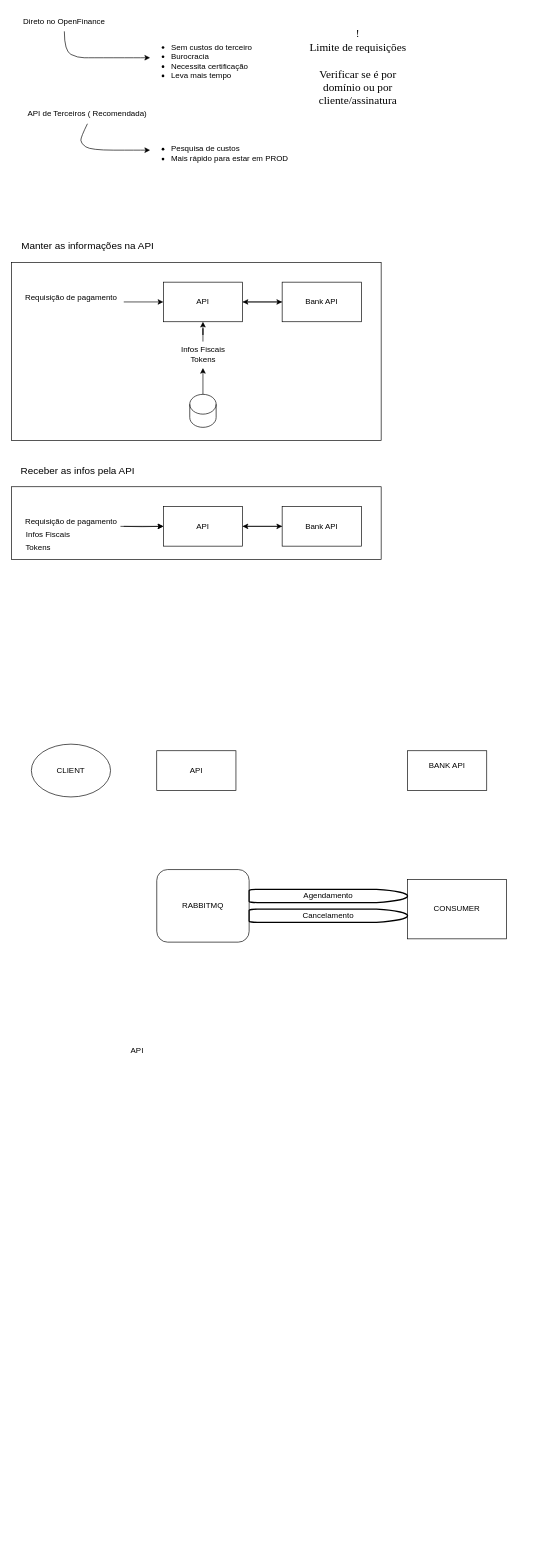
Earlier version of the draw.io diagram src/api-pagamento.drawio (z3renato/teste-impacto). Source tidied: cells renumbered, new cells numbered last; positions are measured from the earlier drawing's top-left corner, leaving out a move shared by most shapes. Both pictures are drawn from the tidied source at 66%, with x=0, y=0 at pixel (11, 11).
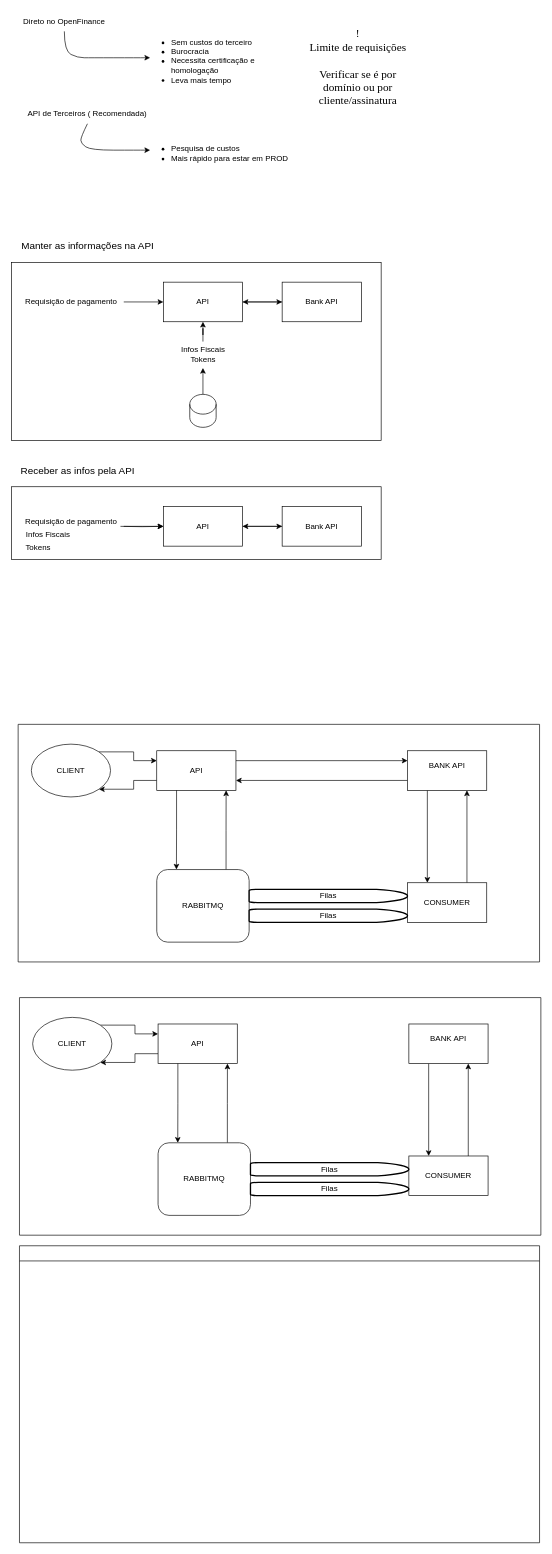
The same page after the edit.

Unchanged cells that the change refers to:
```xml
<mxCell id="33" value="RABBITMQ" style="rounded=1;whiteSpace=wrap;html=1;" parent="1" vertex="1">
  <mxGeometry x="220" y="1300" width="140" height="110" as="geometry" />
</mxCell>
<mxCell id="34" value="BANK API&lt;div&gt;&lt;br&gt;&lt;/div&gt;" style="rounded=0;whiteSpace=wrap;html=1;" parent="1" vertex="1">
  <mxGeometry x="600" y="1120" width="120" height="60" as="geometry" />
</mxCell>
<mxCell id="35" value="API" style="rounded=0;whiteSpace=wrap;html=1;" parent="1" vertex="1">
  <mxGeometry x="220" y="1120" width="120" height="60" as="geometry" />
</mxCell>
<mxCell id="38" value="CLIENT" style="ellipse;whiteSpace=wrap;html=1;" parent="1" vertex="1">
  <mxGeometry x="30" y="1110" width="120" height="80" as="geometry" />
</mxCell>
```

What changed in the source:
```diff
@@
-    <mxCell id="4" value="&lt;ul&gt;&lt;li&gt;Sem custos do terceiro&lt;/li&gt;&lt;li&gt;Burocracia&lt;/li&gt;&lt;li&gt;Necessita certificação&lt;/li&gt;&lt;li&gt;Leva mais tempo&lt;/li&gt;&lt;/ul&gt;" style="text;html=1;align=left;verticalAlign=middle;whiteSpace=wrap;rounded=0;" parent="1" vertex="1">
+    <mxCell id="4" value="&lt;ul&gt;&lt;li&gt;Sem custos do terceiro&lt;/li&gt;&lt;li&gt;Burocracia&lt;/li&gt;&lt;li&gt;Necessita certificação e homologação&lt;/li&gt;&lt;li&gt;Leva mais tempo&lt;/li&gt;&lt;/ul&gt;" style="text;html=1;align=left;verticalAlign=middle;whiteSpace=wrap;rounded=0;" parent="1" vertex="1">
       <mxGeometry x="200" y="60" width="240" height="30" as="geometry" />
     </mxCell>
@@
-    <mxCell id="14" value="Requisição de pagamento&lt;div&gt;&lt;br&gt;&lt;/div&gt;" style="text;html=1;align=center;verticalAlign=middle;points=[];strokeColor=none;fillColor=none;" parent="1" vertex="1">
-      <mxGeometry x="10" y="420" width="160" height="40" as="geometry" />
+    <mxCell id="14" value="Requisição de pagamento" style="text;html=1;align=center;verticalAlign=middle;points=[];strokeColor=none;fillColor=none;" parent="1" vertex="1">
+      <mxGeometry x="10" y="425" width="160" height="30" as="geometry" />
     </mxCell>
@@
-    <mxCell id="32" value="API" style="text;html=1;align=center;verticalAlign=middle;points=[];strokeColor=none;fillColor=none;" parent="1" vertex="1">
-      <mxGeometry x="170" y="1560" width="40" height="30" as="geometry" />
-    </mxCell>
+    <mxCell id="41" style="edgeStyle=orthogonalEdgeStyle;rounded=0;jettySize=auto;html=1;exitX=0.75;exitY=0;exitDx=0;exitDy=0;" parent="1" edge="1" source="33">
+      <mxGeometry relative="1" as="geometry">
+        <mxPoint x="325.1" y="1180" as="targetPoint" />
+      </mxGeometry>
+    </mxCell>
@@
+    <mxCell id="42" style="edgeStyle=orthogonalEdgeStyle;rounded=0;jettySize=auto;html=1;exitX=0;exitY=0.75;exitDx=0;exitDy=0;entryX=1;entryY=0.75;entryDx=0;entryDy=0;" parent="1" edge="1" source="34" target="35">
+      <mxGeometry relative="1" as="geometry" />
+    </mxCell>
+    <mxCell id="43" style="edgeStyle=orthogonalEdgeStyle;rounded=0;jettySize=auto;html=1;exitX=0.25;exitY=1;exitDx=0;exitDy=0;entryX=0.25;entryY=0;entryDx=0;entryDy=0;" parent="1" edge="1" source="34" target="36">
+      <mxGeometry relative="1" as="geometry" />
+    </mxCell>
@@
+    <mxCell id="44" style="edgeStyle=orthogonalEdgeStyle;rounded=0;jettySize=auto;html=1;exitX=1;exitY=0.25;exitDx=0;exitDy=0;entryX=0;entryY=0.25;entryDx=0;entryDy=0;" parent="1" edge="1" source="35" target="34">
+      <mxGeometry relative="1" as="geometry" />
+    </mxCell>
+    <mxCell id="45" style="edgeStyle=orthogonalEdgeStyle;rounded=0;jettySize=auto;html=1;exitX=0;exitY=0.75;exitDx=0;exitDy=0;entryX=1;entryY=1;entryDx=0;entryDy=0;" parent="1" edge="1" source="35" target="38">
+      <mxGeometry relative="1" as="geometry" />
+    </mxCell>
@@
+    <mxCell id="46" style="edgeStyle=orthogonalEdgeStyle;rounded=0;jettySize=auto;html=1;exitX=0.75;exitY=0;exitDx=0;exitDy=0;entryX=0.75;entryY=1;entryDx=0;entryDy=0;" parent="1" edge="1" source="36" target="34">
+      <mxGeometry relative="1" as="geometry" />
+    </mxCell>
     <mxCell id="36" value="CONSUMER" style="rounded=0;whiteSpace=wrap;html=1;" parent="1" vertex="1">
-      <mxGeometry x="600" y="1315" width="150" height="90" as="geometry" />
+      <mxGeometry x="600" y="1320" width="120" height="60" as="geometry" />
     </mxCell>
@@
+    <mxCell id="47" style="edgeStyle=orthogonalEdgeStyle;rounded=0;jettySize=auto;html=1;exitX=1;exitY=0;exitDx=0;exitDy=0;entryX=0;entryY=0.25;entryDx=0;entryDy=0;" parent="1" edge="1" source="38" target="35">
+      <mxGeometry relative="1" as="geometry" />
+    </mxCell>
+    <mxCell id="39" value="Filas" style="strokeWidth=2;html=1;shape=mxgraph.flowchart.delay;whiteSpace=wrap;" parent="1" vertex="1">
+      <mxGeometry x="360" y="1330" width="240" height="20" as="geometry" />
+    </mxCell>
@@
-    <mxCell id="39" value="Agendamento" style="strokeWidth=2;html=1;shape=mxgraph.flowchart.delay;whiteSpace=wrap;" parent="1" vertex="1">
-      <mxGeometry x="360" y="1330" width="240" height="20" as="geometry" />
-    </mxCell>
-    <mxCell id="40" value="Cancelamento" style="strokeWidth=2;html=1;shape=mxgraph.flowchart.delay;whiteSpace=wrap;" parent="1" vertex="1">
+    <mxCell id="40" value="Filas" style="strokeWidth=2;html=1;shape=mxgraph.flowchart.delay;whiteSpace=wrap;" parent="1" vertex="1">
       <mxGeometry x="360" y="1360" width="240" height="20" as="geometry" />
     </mxCell>
+    <mxCell id="48" style="edgeStyle=orthogonalEdgeStyle;rounded=0;jettySize=auto;html=1;exitX=0.25;exitY=1;exitDx=0;exitDy=0;entryX=0.213;entryY=0;entryDx=0;entryDy=0;entryPerimeter=0;" parent="1" edge="1" source="35" target="33">
+      <mxGeometry relative="1" as="geometry" />
+    </mxCell>
+    <mxCell id="49" style="swimlane;startSize=0;" parent="1" vertex="1">
+      <mxGeometry x="10" y="1080" width="790" height="360" as="geometry" />
+    </mxCell>
+    <mxCell id="50" style="edgeStyle=orthogonalEdgeStyle;rounded=0;jettySize=auto;html=1;exitX=0.75;exitY=0;exitDx=0;exitDy=0;" parent="1" edge="1" source="51">
+      <mxGeometry relative="1" as="geometry">
+        <mxPoint x="327.1" y="1594" as="targetPoint" />
+      </mxGeometry>
+    </mxCell>
+    <mxCell id="51" value="RABBITMQ" style="rounded=1;whiteSpace=wrap;html=1;" parent="1" vertex="1">
+      <mxGeometry x="222" y="1714" width="140" height="110" as="geometry" />
+    </mxCell>
+    <mxCell id="52" style="edgeStyle=orthogonalEdgeStyle;rounded=0;jettySize=auto;html=1;exitX=0.25;exitY=1;exitDx=0;exitDy=0;entryX=0.25;entryY=0;entryDx=0;entryDy=0;" parent="1" edge="1" source="53" target="56">
+      <mxGeometry relative="1" as="geometry" />
+    </mxCell>
+    <mxCell id="53" value="BANK API&lt;div&gt;&lt;br&gt;&lt;/div&gt;" style="rounded=0;whiteSpace=wrap;html=1;" parent="1" vertex="1">
+      <mxGeometry x="602" y="1534" width="120" height="60" as="geometry" />
+    </mxCell>
+    <mxCell id="54" style="edgeStyle=orthogonalEdgeStyle;rounded=0;jettySize=auto;html=1;exitX=0;exitY=0.75;exitDx=0;exitDy=0;entryX=1;entryY=1;entryDx=0;entryDy=0;" parent="1" edge="1" source="32" target="60">
+      <mxGeometry relative="1" as="geometry" />
+    </mxCell>
+    <mxCell id="32" value="API" style="rounded=0;whiteSpace=wrap;html=1;" parent="1" vertex="1">
+      <mxGeometry x="222" y="1534" width="120" height="60" as="geometry" />
+    </mxCell>
+    <mxCell id="55" style="edgeStyle=orthogonalEdgeStyle;rounded=0;jettySize=auto;html=1;exitX=0.75;exitY=0;exitDx=0;exitDy=0;entryX=0.75;entryY=1;entryDx=0;entryDy=0;" parent="1" edge="1" source="56" target="53">
+      <mxGeometry relative="1" as="geometry" />
+    </mxCell>
+    <mxCell id="56" value="CONSUMER" style="rounded=0;whiteSpace=wrap;html=1;" parent="1" vertex="1">
+      <mxGeometry x="602" y="1734" width="120" height="60" as="geometry" />
+    </mxCell>
+    <mxCell id="57" value="&lt;div&gt;&lt;br&gt;&lt;/div&gt;&lt;div&gt;&lt;br&gt;&lt;/div&gt;" style="text;html=1;align=center;verticalAlign=middle;strokeColor=none;fillColor=none;" parent="1" vertex="1">
+      <mxGeometry x="52" y="1547" width="20" height="40" as="geometry" />
+    </mxCell>
+    <mxCell id="58" style="edgeStyle=orthogonalEdgeStyle;rounded=0;jettySize=auto;html=1;exitX=1;exitY=0;exitDx=0;exitDy=0;entryX=0;entryY=0.25;entryDx=0;entryDy=0;" parent="1" edge="1" source="60" target="32">
+      <mxGeometry relative="1" as="geometry" />
+    </mxCell>
+    <mxCell id="59" value="Filas" style="strokeWidth=2;html=1;shape=mxgraph.flowchart.delay;whiteSpace=wrap;" parent="1" vertex="1">
+      <mxGeometry x="362" y="1744" width="240" height="20" as="geometry" />
+    </mxCell>
+    <mxCell id="60" value="CLIENT" style="ellipse;whiteSpace=wrap;html=1;" parent="1" vertex="1">
+      <mxGeometry x="32" y="1524" width="120" height="80" as="geometry" />
+    </mxCell>
+    <mxCell id="61" value="Filas" style="strokeWidth=2;html=1;shape=mxgraph.flowchart.delay;whiteSpace=wrap;" parent="1" vertex="1">
+      <mxGeometry x="362" y="1774" width="240" height="20" as="geometry" />
+    </mxCell>
+    <mxCell id="62" style="edgeStyle=orthogonalEdgeStyle;rounded=0;jettySize=auto;html=1;exitX=0.25;exitY=1;exitDx=0;exitDy=0;entryX=0.213;entryY=0;entryDx=0;entryDy=0;entryPerimeter=0;" parent="1" edge="1" source="32" target="51">
+      <mxGeometry relative="1" as="geometry" />
+    </mxCell>
+    <mxCell id="63" style="swimlane;startSize=0;" parent="1" vertex="1">
+      <mxGeometry x="12" y="1494" width="790" height="360" as="geometry" />
+    </mxCell>
+    <mxCell id="64" style="swimlane;" parent="1" vertex="1">
+      <mxGeometry x="12" y="1870" width="788" height="450" as="geometry" />
+    </mxCell>
```
